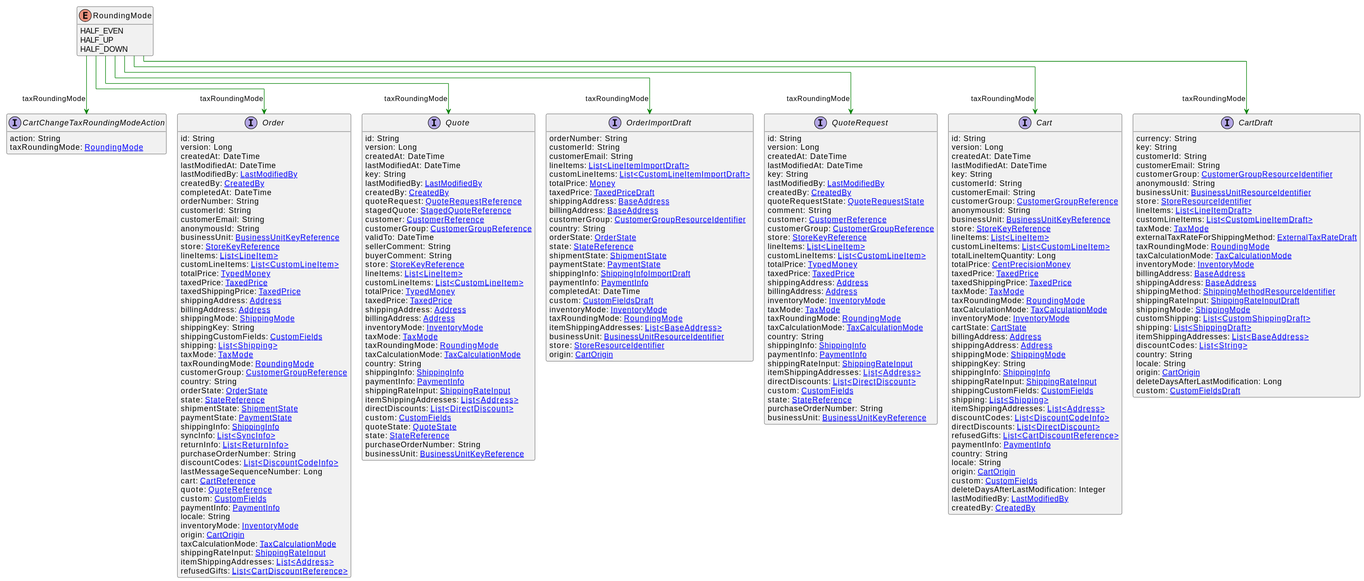
Above: uml/api/svg/RoundingMode.svg in commercetools/commercetools-api-reference (PlantUML), before the change.
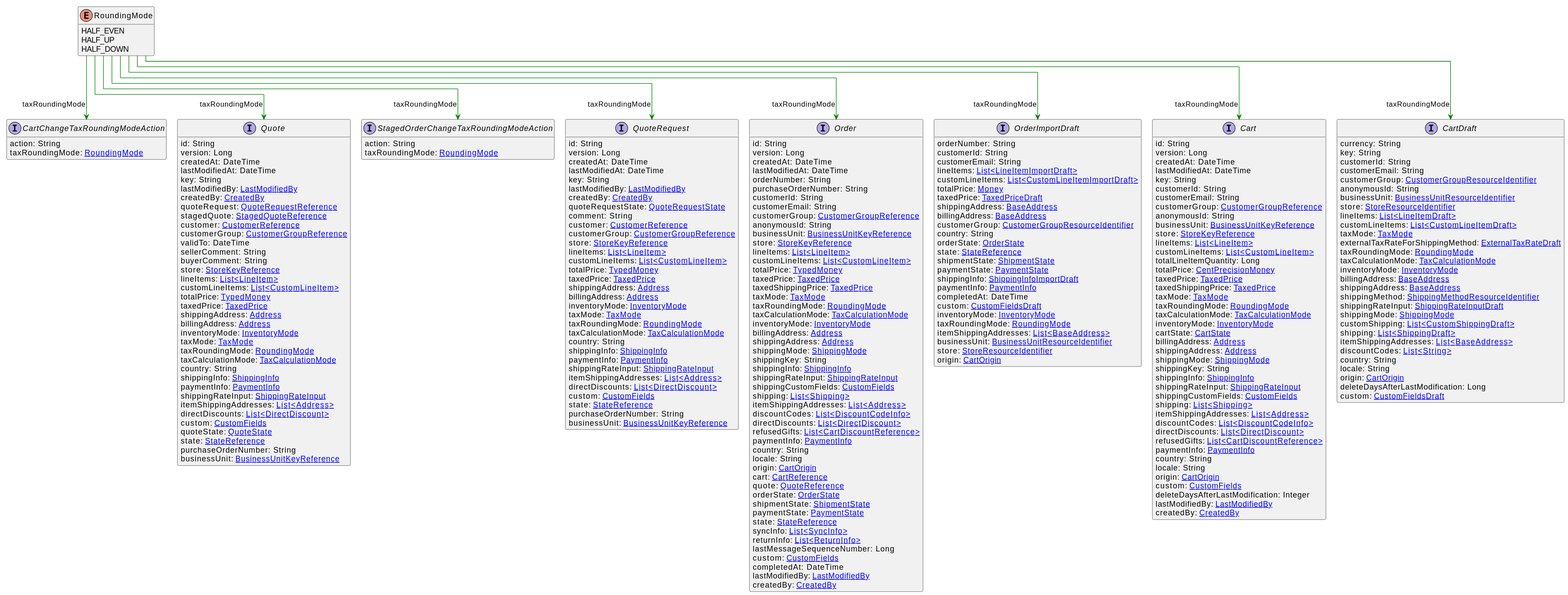
After the change.

The edit, as a diff of the source:
```diff
@@ -85,17 +85,20 @@
     action: String
     taxRoundingMode: [[RoundingMode.svg RoundingMode]]
 }
+interface StagedOrderChangeTaxRoundingModeAction [[StagedOrderChangeTaxRoundingModeAction.svg]]  {
+    action: String
+    taxRoundingMode: [[RoundingMode.svg RoundingMode]]
+}
 interface Order [[Order.svg]]  {
     id: String
     version: Long
     createdAt: DateTime
     lastModifiedAt: DateTime
-    lastModifiedBy: [[LastModifiedBy.svg LastModifiedBy]]
-    createdBy: [[CreatedBy.svg CreatedBy]]
-    completedAt: DateTime
     orderNumber: String
+    purchaseOrderNumber: String
     customerId: String
     customerEmail: String
+    customerGroup: [[CustomerGroupReference.svg CustomerGroupReference]]
     anonymousId: String
     businessUnit: [[BusinessUnitKeyReference.svg BusinessUnitKeyReference]]
     store: [[StoreKeyReference.svg StoreKeyReference]]
@@ -104,37 +107,39 @@
     totalPrice: [[TypedMoney.svg TypedMoney]]
     taxedPrice: [[TaxedPrice.svg TaxedPrice]]
     taxedShippingPrice: [[TaxedPrice.svg TaxedPrice]]
+    taxMode: [[TaxMode.svg TaxMode]]
+    taxRoundingMode: [[RoundingMode.svg RoundingMode]]
+    taxCalculationMode: [[TaxCalculationMode.svg TaxCalculationMode]]
+    inventoryMode: [[InventoryMode.svg InventoryMode]]
+    billingAddress: [[Address.svg Address]]
     shippingAddress: [[Address.svg Address]]
-    billingAddress: [[Address.svg Address]]
     shippingMode: [[ShippingMode.svg ShippingMode]]
     shippingKey: String
+    shippingInfo: [[ShippingInfo.svg ShippingInfo]]
+    shippingRateInput: [[ShippingRateInput.svg ShippingRateInput]]
     shippingCustomFields: [[CustomFields.svg CustomFields]]
     shipping: [[Shipping.svg List<Shipping>]]
-    taxMode: [[TaxMode.svg TaxMode]]
-    taxRoundingMode: [[RoundingMode.svg RoundingMode]]
-    customerGroup: [[CustomerGroupReference.svg CustomerGroupReference]]
+    itemShippingAddresses: [[Address.svg List<Address>]]
+    discountCodes: [[DiscountCodeInfo.svg List<DiscountCodeInfo>]]
+    directDiscounts: [[DirectDiscount.svg List<DirectDiscount>]]
+    refusedGifts: [[CartDiscountReference.svg List<CartDiscountReference>]]
+    paymentInfo: [[PaymentInfo.svg PaymentInfo]]
     country: String
+    locale: String
+    origin: [[CartOrigin.svg CartOrigin]]
+    cart: [[CartReference.svg CartReference]]
+    quote: [[QuoteReference.svg QuoteReference]]
     orderState: [[OrderState.svg OrderState]]
-    state: [[StateReference.svg StateReference]]
     shipmentState: [[ShipmentState.svg ShipmentState]]
     paymentState: [[PaymentState.svg PaymentState]]
-    shippingInfo: [[ShippingInfo.svg ShippingInfo]]
+    state: [[StateReference.svg StateReference]]
     syncInfo: [[SyncInfo.svg List<SyncInfo>]]
     returnInfo: [[ReturnInfo.svg List<ReturnInfo>]]
-    purchaseOrderNumber: String
-    discountCodes: [[DiscountCodeInfo.svg List<DiscountCodeInfo>]]
     lastMessageSequenceNumber: Long
-    cart: [[CartReference.svg CartReference]]
-    quote: [[QuoteReference.svg QuoteReference]]
     custom: [[CustomFields.svg CustomFields]]
-    paymentInfo: [[PaymentInfo.svg PaymentInfo]]
-    locale: String
-    inventoryMode: [[InventoryMode.svg InventoryMode]]
-    origin: [[CartOrigin.svg CartOrigin]]
-    taxCalculationMode: [[TaxCalculationMode.svg TaxCalculationMode]]
-    shippingRateInput: [[ShippingRateInput.svg ShippingRateInput]]
-    itemShippingAddresses: [[Address.svg List<Address>]]
-    refusedGifts: [[CartDiscountReference.svg List<CartDiscountReference>]]
+    completedAt: DateTime
+    lastModifiedBy: [[LastModifiedBy.svg LastModifiedBy]]
+    createdBy: [[CreatedBy.svg CreatedBy]]
 }
 interface OrderImportDraft [[OrderImportDraft.svg]]  {
     orderNumber: String
@@ -238,6 +243,7 @@
 RoundingMode --> Cart #green;text:green : "taxRoundingMode"
 RoundingMode --> CartDraft #green;text:green : "taxRoundingMode"
 RoundingMode --> CartChangeTaxRoundingModeAction #green;text:green : "taxRoundingMode"
+RoundingMode --> StagedOrderChangeTaxRoundingModeAction #green;text:green : "taxRoundingMode"
 RoundingMode --> Order #green;text:green : "taxRoundingMode"
 RoundingMode --> OrderImportDraft #green;text:green : "taxRoundingMode"
 RoundingMode --> QuoteRequest #green;text:green : "taxRoundingMode"
```
